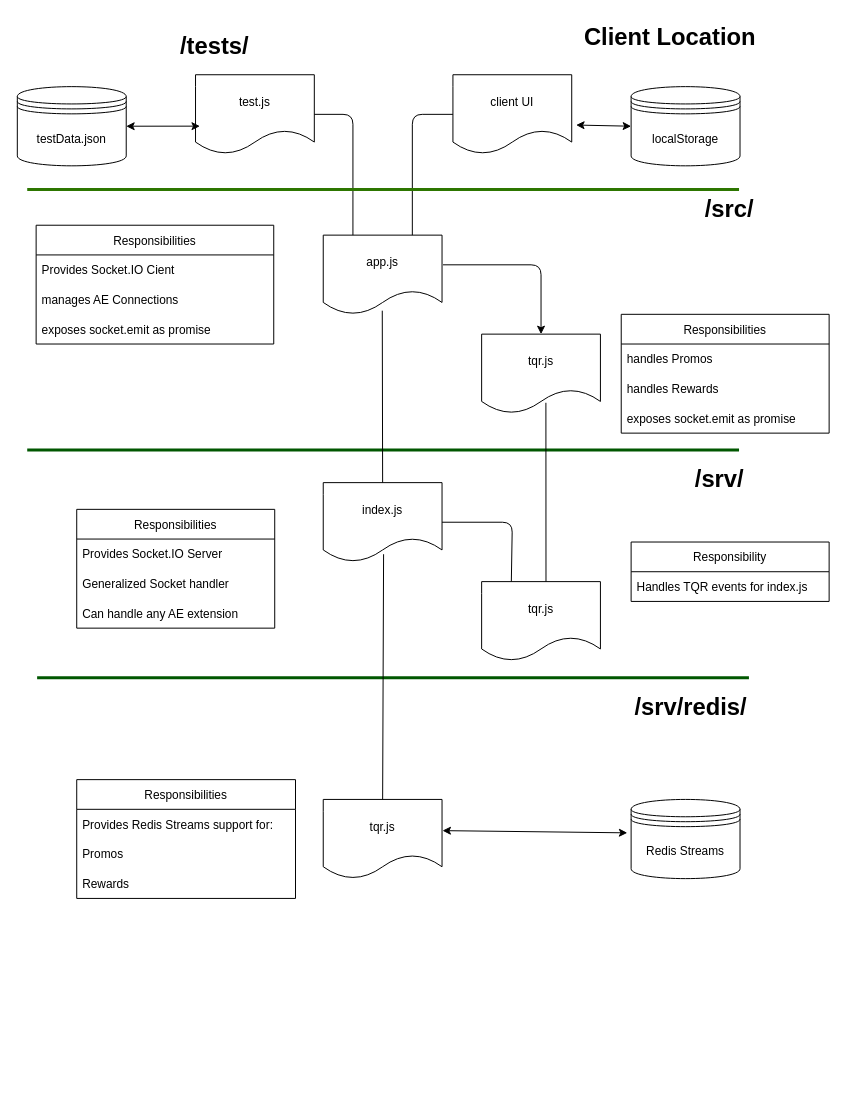
The draw.io diagram docs/tqr file structure.drawio in mcorning/tqr, before the edit. Source tidied: cells renumbered, new cells numbered last; positions are measured from the earlier drawing's top-left corner, leaving out a move shared by most shapes. Both pictures are drawn from the tidied source at 99%, with x=0, y=0 at pixel (17, 17).
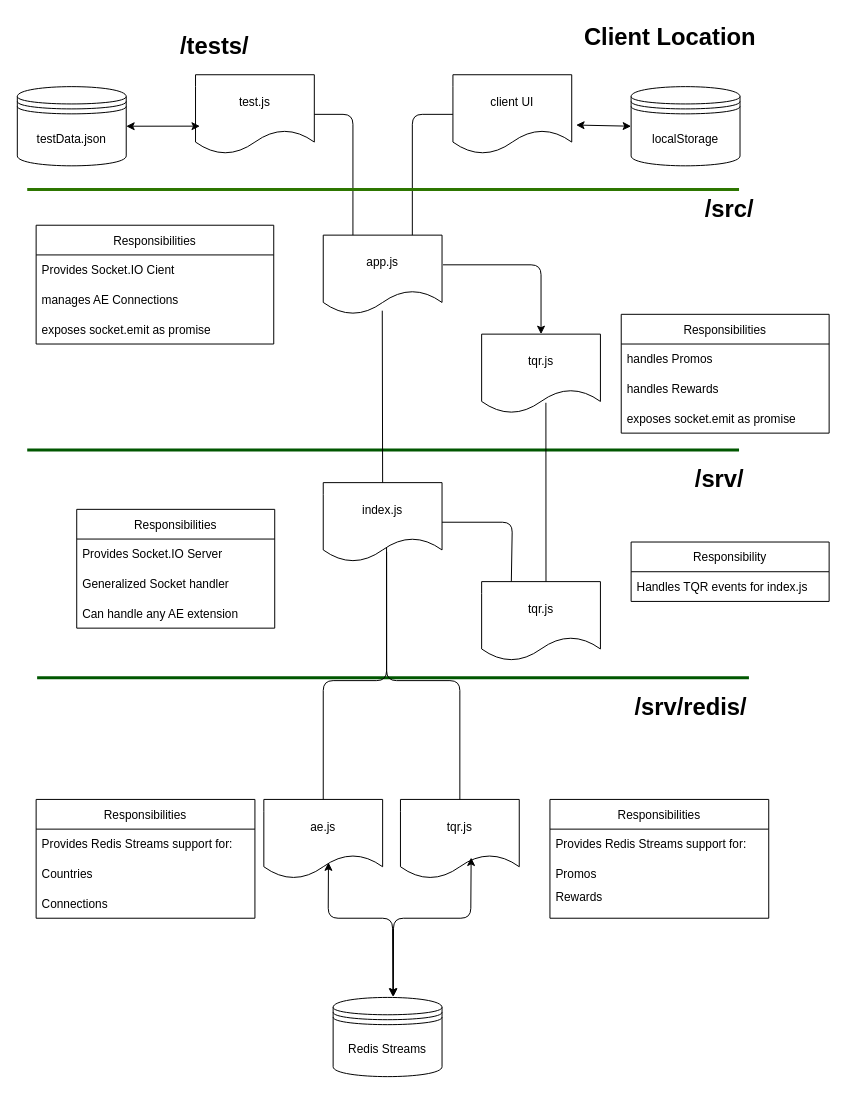
The same diagram, later.

Unchanged cells that the change refers to:
```xml
<mxCell id="6" value="index.js" style="shape=document;whiteSpace=wrap;html=1;boundedLbl=1;" parent="1" vertex="1">
  <mxGeometry x="309" y="470" width="120" height="80" as="geometry" />
</mxCell>
```

The edit, as a diff of the source:
```diff
@@
-    <mxCell id="21" value="tqr.js" style="shape=document;whiteSpace=wrap;html=1;boundedLbl=1;" parent="1" vertex="1">
-      <mxGeometry x="309" y="790" width="120" height="80" as="geometry" />
+    <mxCell id="21" value="ae.js" style="shape=document;whiteSpace=wrap;html=1;boundedLbl=1;" parent="1" vertex="1">
+      <mxGeometry x="249" y="790" width="120" height="80" as="geometry" />
     </mxCell>
-    <mxCell id="22" style="endArrow=none;html=1;entryX=0.508;entryY=0.904;entryDx=0;entryDy=0;entryPerimeter=0;exitX=0.5;exitY=0;exitDx=0;exitDy=0;" parent="1" edge="1" source="21" target="6">
-      <mxGeometry relative="1" as="geometry" />
+    <mxCell id="22" style="endArrow=none;html=1;entryX=0.533;entryY=0.823;entryDx=0;entryDy=0;entryPerimeter=0;exitX=0.5;exitY=0;exitDx=0;exitDy=0;" parent="1" edge="1" source="21" target="6">
+      <mxGeometry relative="1" as="geometry">
+        <Array as="points">
+          <mxPoint x="309" y="670" />
+          <mxPoint x="373" y="670" />
+        </Array>
+      </mxGeometry>
     </mxCell>
@@
     <mxCell id="33" value="Responsibilities" style="swimlane;fontStyle=0;horizontal=1;startSize=30;" parent="1" vertex="1">
-      <mxGeometry x="60" y="770" width="221" height="120" as="geometry" />
+      <mxGeometry x="19" y="790" width="221" height="120" as="geometry" />
     </mxCell>
@@
-    <mxCell id="35" value="Promos" style="text;strokeColor=none;fillColor=none;align=left;verticalAlign=middle;spacingLeft=4;spacingRight=4;overflow=hidden;" parent="33" vertex="1">
+    <mxCell id="35" value="Countries" style="text;strokeColor=none;fillColor=none;align=left;verticalAlign=middle;spacingLeft=4;spacingRight=4;overflow=hidden;" parent="33" vertex="1">
       <mxGeometry y="60" width="221" height="30" as="geometry" />
     </mxCell>
-    <mxCell id="36" value="Rewards" style="text;strokeColor=none;fillColor=none;align=left;verticalAlign=middle;spacingLeft=4;spacingRight=4;overflow=hidden;" parent="33" vertex="1">
+    <mxCell id="36" value="Connections" style="text;strokeColor=none;fillColor=none;align=left;verticalAlign=middle;spacingLeft=4;spacingRight=4;overflow=hidden;" parent="33" vertex="1">
       <mxGeometry y="90" width="221" height="30" as="geometry" />
     </mxCell>
@@
     <mxCell id="44" value="Redis Streams" style="shape=datastore;whiteSpace=wrap;html=1;" parent="1" vertex="1">
-      <mxGeometry x="620" y="790" width="110" height="80" as="geometry" />
+      <mxGeometry x="319" y="990" width="110" height="80" as="geometry" />
     </mxCell>
-    <mxCell id="45" style="endArrow=classic;startArrow=classic;html=1;exitX=1.004;exitY=0.394;exitDx=0;exitDy=0;exitPerimeter=0;entryX=-0.035;entryY=0.422;entryDx=0;entryDy=0;entryPerimeter=0;" parent="1" edge="1" source="21" target="44">
-      <mxGeometry relative="1" as="geometry" />
+    <mxCell id="45" style="endArrow=classic;startArrow=classic;html=1;exitX=0.544;exitY=0.795;exitDx=0;exitDy=0;exitPerimeter=0;entryX=0.548;entryY=-0.01;entryDx=0;entryDy=0;entryPerimeter=0;" parent="1" edge="1" source="21" target="44">
+      <mxGeometry relative="1" as="geometry">
+        <Array as="points">
+          <mxPoint x="314" y="910" />
+          <mxPoint x="379" y="910" />
+        </Array>
+      </mxGeometry>
     </mxCell>
@@
+    <mxCell id="48" value="tqr.js" style="shape=document;whiteSpace=wrap;html=1;boundedLbl=1;" parent="1" vertex="1">
+      <mxGeometry x="387" y="790" width="120" height="80" as="geometry" />
+    </mxCell>
+    <mxCell id="49" value="Responsibilities" style="swimlane;fontStyle=0;horizontal=1;startSize=30;" parent="1" vertex="1">
+      <mxGeometry x="538" y="790" width="221" height="120" as="geometry" />
+    </mxCell>
+    <mxCell id="50" value="Provides Redis Streams support for:" style="text;strokeColor=none;fillColor=none;align=left;verticalAlign=middle;spacingLeft=4;spacingRight=4;overflow=hidden;" parent="49" vertex="1">
+      <mxGeometry y="30" width="221" height="30" as="geometry" />
+    </mxCell>
+    <mxCell id="51" value="Promos" style="text;strokeColor=none;fillColor=none;align=left;verticalAlign=middle;spacingLeft=4;spacingRight=4;overflow=hidden;" parent="49" vertex="1">
+      <mxGeometry y="60" width="221" height="30" as="geometry" />
+    </mxCell>
+    <mxCell id="52" value="Rewards&#10;" style="text;strokeColor=none;fillColor=none;align=left;verticalAlign=middle;spacingLeft=4;spacingRight=4;overflow=hidden;" parent="49" vertex="1">
+      <mxGeometry y="90" width="221" height="30" as="geometry" />
+    </mxCell>
+    <mxCell id="53" style="endArrow=none;html=1;exitX=0.5;exitY=0;exitDx=0;exitDy=0;" parent="1" edge="1" source="48">
+      <mxGeometry relative="1" as="geometry">
+        <mxPoint x="373" y="540" as="targetPoint" />
+        <Array as="points">
+          <mxPoint x="447" y="670" />
+          <mxPoint x="373" y="670" />
+        </Array>
+      </mxGeometry>
+    </mxCell>
+    <mxCell id="54" style="endArrow=classic;startArrow=classic;html=1;exitX=0.595;exitY=0.734;exitDx=0;exitDy=0;exitPerimeter=0;entryX=0.554;entryY=-0.01;entryDx=0;entryDy=0;entryPerimeter=0;" parent="1" edge="1" source="48" target="44">
+      <mxGeometry relative="1" as="geometry">
+        <Array as="points">
+          <mxPoint x="458" y="910" />
+          <mxPoint x="380" y="910" />
+        </Array>
+      </mxGeometry>
+    </mxCell>
```
